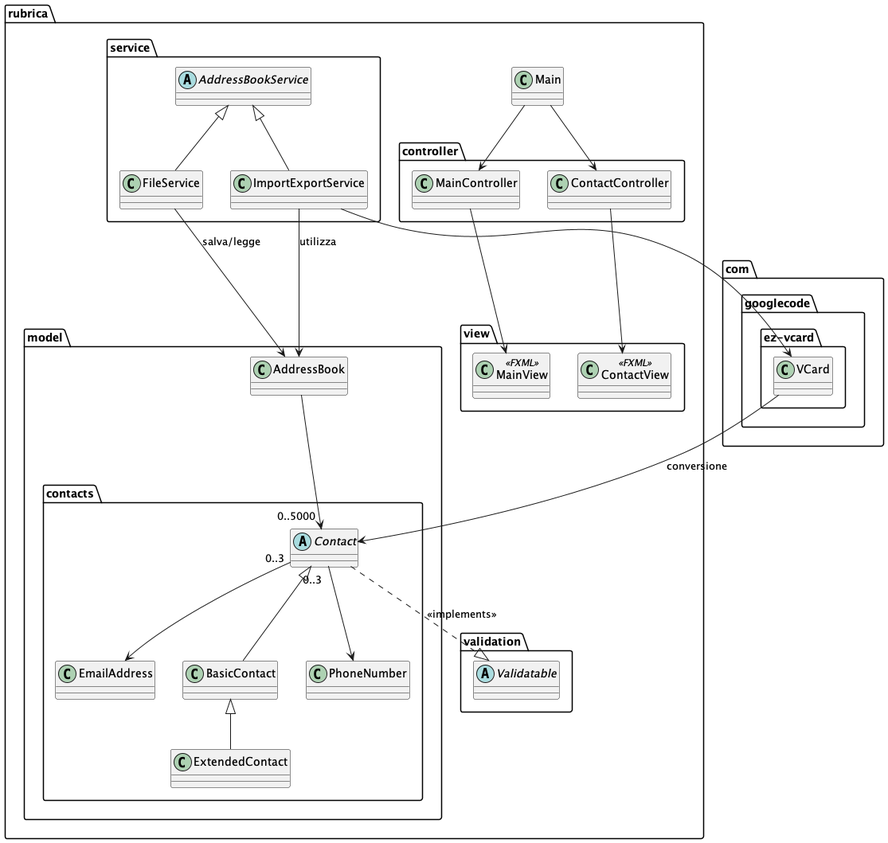
francescopeluso/SWE-Project keeps this PlantUML diagram as docs/DiagramPackage/diagramPackage.png. Above is the earlier version. Source of this version:
```plantuml
@startuml
package "rubrica" {

    class Main

    package "controller" {
        class MainController
        class ContactController
    }

    package "model" {
        class AddressBook
        package "contacts" {
            abstract class Contact
            class BasicContact
            class ExtendedContact
            class PhoneNumber
            class EmailAddress
        }
    }

    package "view" {
        class MainView <<FXML>>
        class ContactView <<FXML>>
    }

    package "validation" {
        abstract class Validatable
    }

    package "service" {
        abstract class AddressBookService
        class FileService
        class ImportExportService
    }


}

package "com.googlecode.ez-vcard" {
    class VCard
}

Main --> MainController
Main --> ContactController
MainController --> MainView
ContactController --> ContactView

AddressBook --> "0..5000" Contact
Contact "0..3" --> PhoneNumber
Contact "0..3" --> EmailAddress
Contact <|-- BasicContact
BasicContact <|-- ExtendedContact

Contact ..|> Validatable : <<implements>>
AddressBookService <|-- FileService
AddressBookService <|-- ImportExportService
ImportExportService --> VCard

FileService --> AddressBook : salva/legge

ImportExportService --> AddressBook : utilizza
VCard --> Contact : conversione

@enduml
```
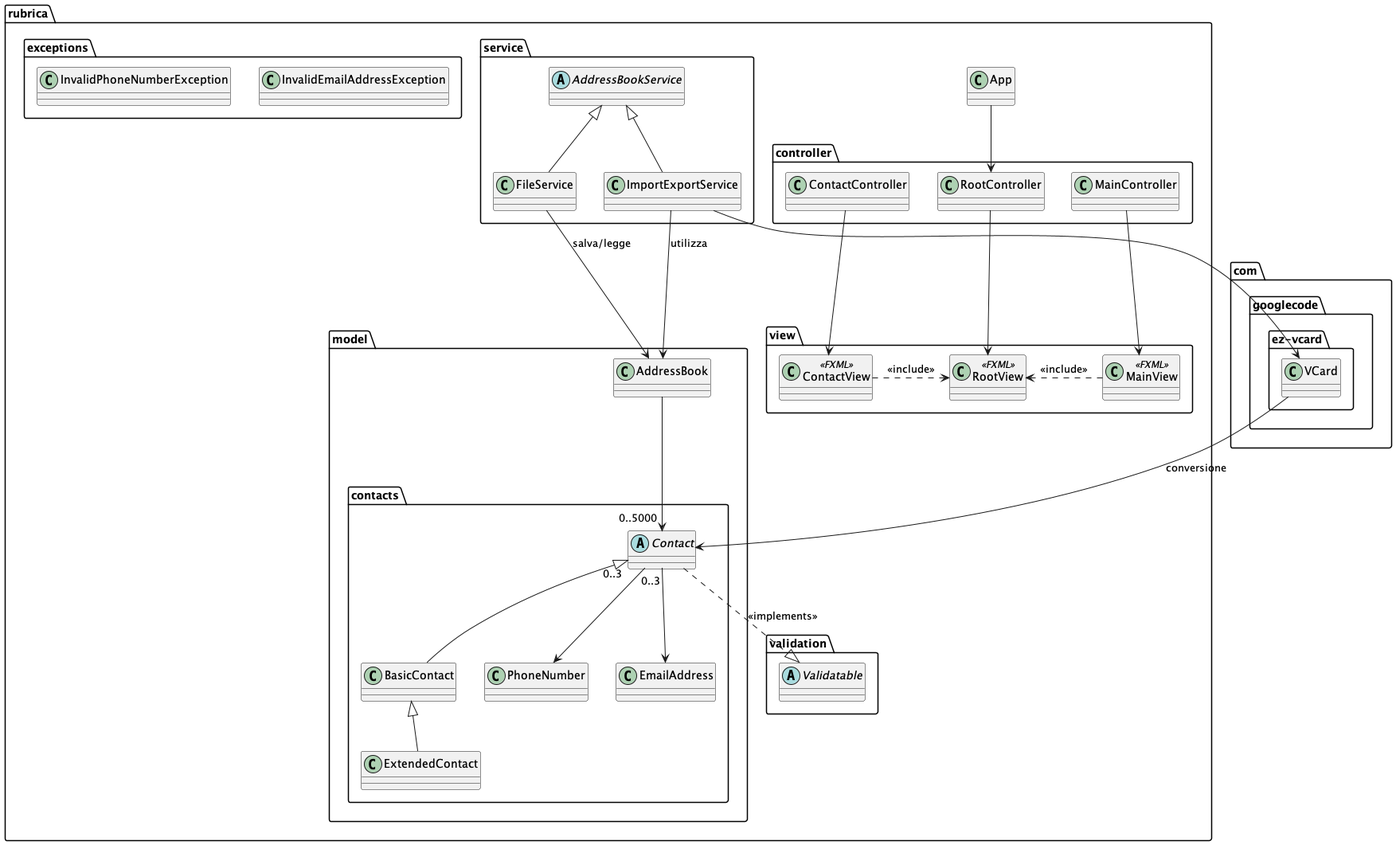
The same diagram one commit later.

What changed in the source:
```diff
@@ -1,9 +1,10 @@
 @startuml
 package "rubrica" {
 
-    class Main
+    class App
 
     package "controller" {
+        class RootController
         class MainController
         class ContactController
     }
@@ -20,12 +21,18 @@
     }
 
     package "view" {
+        class RootView <<FXML>>
         class MainView <<FXML>>
         class ContactView <<FXML>>
     }
 
     package "validation" {
         abstract class Validatable
+    }
+
+    package "exceptions" {
+        class InvalidPhoneNumberException
+        class InvalidEmailAddressException
     }
 
     package "service" {
@@ -41,10 +48,14 @@
     class VCard
 }
 
-Main --> MainController
-Main --> ContactController
+App --> RootController
+
+RootController --> RootView
 MainController --> MainView
 ContactController --> ContactView
+
+ContactView .> RootView : <<include>>
+MainView .> RootView : <<include>>
 
 AddressBook --> "0..5000" Contact
 Contact "0..3" --> PhoneNumber
```
